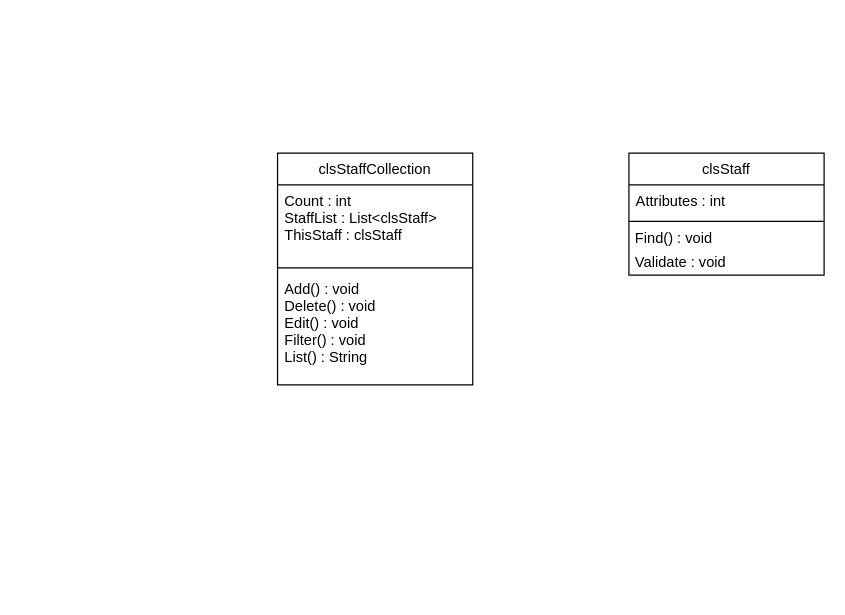
Earlier version of the draw.io diagram Untitled Diagram.drawio (dominikmch/Template4U). Source tidied: cells renumbered, new cells numbered last; positions are measured from the earlier drawing's top-left corner, leaving out a move shared by most shapes. Both pictures are drawn from the tidied source at 122%, with x=0, y=0 at pixel (277, 152).
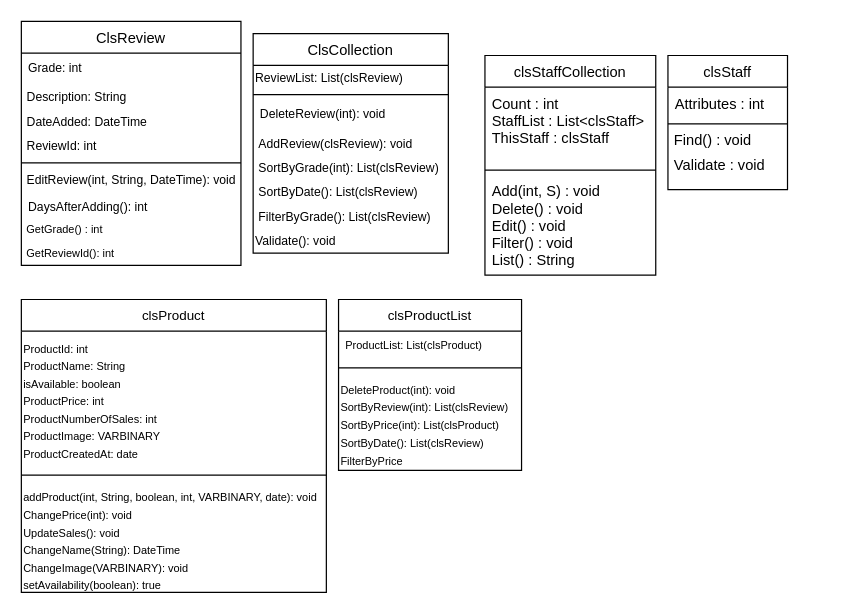
The same diagram, later.

Diff of the diagram source:
```diff
@@
     <mxCell id="2" value="clsStaffCollection" style="swimlane;fontStyle=0;align=center;verticalAlign=top;horizontal=1;startSize=26;rounded=0;shadow=0;strokeWidth=1;" parent="1" vertex="1">
-      <mxGeometry width="160" height="190" as="geometry" />
+      <mxGeometry x="170" y="-80" width="140" height="180" as="geometry" />
     </mxCell>
     <mxCell id="3" value="Count : int&#10;StaffList : List&lt;clsStaff&gt;&#10;ThisStaff : clsStaff" style="text;align=left;verticalAlign=top;spacingLeft=4;spacingRight=4;overflow=hidden;points=[[0,0.5],[1,0.5]];portConstraint=eastwest;rounded=0;shadow=0;html=0;" parent="2" vertex="1">
-      <mxGeometry y="26" width="160" height="64" as="geometry" />
+      <mxGeometry y="26" width="140" height="64" as="geometry" />
     </mxCell>
     <mxCell id="4" style="line;html=1;strokeWidth=1;align=left;verticalAlign=middle;spacingTop=-1;spacingLeft=3;spacingRight=3;labelPosition=right;" parent="2" vertex="1">
-      <mxGeometry y="90" width="160" height="8" as="geometry" />
+      <mxGeometry y="90" width="140" height="8" as="geometry" />
     </mxCell>
-    <mxCell id="5" value="Add() : void&#10;Delete() : void&#10;Edit() : void&#10;Filter() : void&#10;List() : String" style="text;align=left;verticalAlign=top;spacingLeft=4;spacingRight=4;overflow=hidden;points=[[0,0.5],[1,0.5]];portConstraint=eastwest;" parent="2" vertex="1">
-      <mxGeometry y="98" width="160" height="82" as="geometry" />
+    <mxCell id="5" value="Add(int, S) : void&#10;Delete() : void&#10;Edit() : void&#10;Filter() : void&#10;List() : String" style="text;align=left;verticalAlign=top;spacingLeft=4;spacingRight=4;overflow=hidden;points=[[0,0.5],[1,0.5]];portConstraint=eastwest;" parent="2" vertex="1">
+      <mxGeometry y="98" width="140" height="82" as="geometry" />
     </mxCell>
+    <mxCell id="11" style="edgeStyle=orthogonalEdgeStyle;rounded=0;orthogonalLoop=1;jettySize=auto;html=1;exitX=1;exitY=0.5;exitDx=0;exitDy=0;" parent="2" edge="1" source="3" target="3">
+      <mxGeometry relative="1" as="geometry" />
+    </mxCell>
+    <mxCell id="12" style="edgeStyle=orthogonalEdgeStyle;rounded=0;orthogonalLoop=1;jettySize=auto;html=1;exitX=1;exitY=0.5;exitDx=0;exitDy=0;" parent="2" edge="1" source="5" target="5">
+      <mxGeometry relative="1" as="geometry" />
+    </mxCell>
     <mxCell id="6" value="clsStaff" style="swimlane;fontStyle=0;align=center;verticalAlign=top;horizontal=1;startSize=26;rounded=0;shadow=0;strokeWidth=1;" parent="1" vertex="1">
-      <mxGeometry x="288" width="160" height="100" as="geometry" />
+      <mxGeometry x="320" y="-80" width="98" height="110" as="geometry" />
     </mxCell>
     <mxCell id="7" value="Attributes : int" style="text;align=left;verticalAlign=top;spacingLeft=4;spacingRight=4;overflow=hidden;rounded=0;shadow=0;html=0;" parent="6" vertex="1">
-      <mxGeometry y="26" width="160" height="26" as="geometry" />
+      <mxGeometry y="26" width="98" height="26" as="geometry" />
     </mxCell>
     <mxCell id="8" style="line;html=1;strokeWidth=1;align=left;verticalAlign=middle;spacingTop=-1;spacingLeft=3;spacingRight=3;labelPosition=right;" parent="6" vertex="1">
-      <mxGeometry y="52" width="160" height="8" as="geometry" />
+      <mxGeometry y="52" width="98" height="8" as="geometry" />
     </mxCell>
     <mxCell id="9" value="&amp;nbsp;Find() : void" style="text;html=1;strokeColor=none;fillColor=none;align=left;verticalAlign=middle;whiteSpace=wrap;rounded=0;" parent="6" vertex="1">
-      <mxGeometry y="60" width="160" height="20" as="geometry" />
+      <mxGeometry y="60" width="98" height="20" as="geometry" />
     </mxCell>
     <mxCell id="10" value="&amp;nbsp;Validate : void" style="text;html=1;strokeColor=none;fillColor=none;align=left;verticalAlign=middle;whiteSpace=wrap;rounded=0;" parent="6" vertex="1">
-      <mxGeometry y="80" width="160" height="20" as="geometry" />
+      <mxGeometry y="80" width="98" height="20" as="geometry" />
     </mxCell>
+    <mxCell id="13" value="ClsReview" style="swimlane;fontStyle=0;align=center;verticalAlign=top;horizontal=1;startSize=26;" parent="1" vertex="1">
+      <mxGeometry x="-210" y="-108" width="180" height="200" as="geometry" />
+    </mxCell>
+    <mxCell id="14" value="Grade: int&#10;" style="text;strokeColor=none;fillColor=none;align=left;verticalAlign=top;spacingLeft=4;spacingRight=4;overflow=hidden;fontSize=10;" parent="13" vertex="1">
+      <mxGeometry y="26" width="180" height="26" as="geometry" />
+    </mxCell>
+    <mxCell id="15" value="&amp;nbsp;Description: String" style="text;html=1;strokeColor=none;fillColor=none;align=left;verticalAlign=middle;whiteSpace=wrap;rounded=0;fontSize=10;" parent="13" vertex="1">
+      <mxGeometry y="52" width="180" height="20" as="geometry" />
+    </mxCell>
+    <mxCell id="16" value="&amp;nbsp;DateAdded: DateTime" style="text;html=1;strokeColor=none;fillColor=none;align=left;verticalAlign=middle;whiteSpace=wrap;rounded=0;fontSize=10;" parent="13" vertex="1">
+      <mxGeometry y="72" width="180" height="20" as="geometry" />
+    </mxCell>
+    <mxCell id="17" value="&amp;nbsp;ReviewId: int" style="text;html=1;strokeColor=none;fillColor=none;align=left;verticalAlign=middle;whiteSpace=wrap;rounded=0;fontSize=10;" parent="13" vertex="1">
+      <mxGeometry y="92" width="180" height="20" as="geometry" />
+    </mxCell>
+    <mxCell id="18" style="line;strokeWidth=1;fillColor=none;align=left;verticalAlign=middle;spacingTop=-1;spacingLeft=3;spacingRight=3;labelPosition=right;" parent="13" vertex="1">
+      <mxGeometry y="112" width="180" height="8" as="geometry" />
+    </mxCell>
+    <mxCell id="19" value="&lt;font style=&quot;font-size: 10px&quot;&gt;&amp;nbsp;EditReview(int, String, DateTime): void&lt;/font&gt;" style="text;html=1;strokeColor=none;fillColor=none;align=left;verticalAlign=middle;whiteSpace=wrap;rounded=0;" parent="13" vertex="1">
+      <mxGeometry y="120" width="180" height="20" as="geometry" />
+    </mxCell>
+    <mxCell id="20" value="DaysAfterAdding(): int" style="text;strokeColor=none;fillColor=none;align=left;verticalAlign=top;spacingLeft=4;spacingRight=4;overflow=hidden;fontSize=10;" parent="13" vertex="1">
+      <mxGeometry y="140" width="180" height="20" as="geometry" />
+    </mxCell>
+    <mxCell id="21" value="&lt;font style=&quot;font-size: 9px&quot;&gt;&amp;nbsp;GetGrade() : int&lt;/font&gt;" style="text;html=1;strokeColor=none;fillColor=none;align=left;verticalAlign=middle;whiteSpace=wrap;rounded=0;fontSize=12;" parent="13" vertex="1">
+      <mxGeometry y="160" width="180" height="20" as="geometry" />
+    </mxCell>
+    <mxCell id="22" value="&lt;font style=&quot;font-size: 9px&quot;&gt;&amp;nbsp;GetReviewId(): int&lt;/font&gt;" style="text;html=1;strokeColor=none;fillColor=none;align=left;verticalAlign=middle;whiteSpace=wrap;rounded=0;fontSize=12;" parent="13" vertex="1">
+      <mxGeometry y="180" width="180" height="20" as="geometry" />
+    </mxCell>
+    <mxCell id="23" value="ClsCollection" style="swimlane;fontStyle=0;align=center;verticalAlign=top;horizontal=1;startSize=26;fontSize=12;" parent="1" vertex="1">
+      <mxGeometry x="-20" y="-98" width="160" height="180" as="geometry" />
+    </mxCell>
+    <mxCell id="24" value="&lt;span style=&quot;white-space: nowrap; font-size: 10px;&quot;&gt;ReviewList: List(clsReview)&lt;/span&gt;" style="text;html=1;strokeColor=none;fillColor=none;align=left;verticalAlign=middle;whiteSpace=wrap;rounded=0;fontSize=10;" parent="23" vertex="1">
+      <mxGeometry y="26" width="160" height="20" as="geometry" />
+    </mxCell>
+    <mxCell id="25" style="line;strokeWidth=1;fillColor=none;align=left;verticalAlign=middle;spacingTop=-1;spacingLeft=3;spacingRight=3;labelPosition=right;" parent="23" vertex="1">
+      <mxGeometry y="46" width="160" height="8" as="geometry" />
+    </mxCell>
+    <mxCell id="26" value="DeleteReview(int): void" style="text;strokeColor=none;fillColor=none;align=left;verticalAlign=top;spacingLeft=4;spacingRight=4;overflow=hidden;fontSize=10;" parent="23" vertex="1">
+      <mxGeometry y="54" width="160" height="26" as="geometry" />
+    </mxCell>
+    <mxCell id="27" value="&amp;nbsp;AddReview(clsReview): void" style="text;html=1;strokeColor=none;fillColor=none;align=left;verticalAlign=middle;whiteSpace=wrap;rounded=0;fontSize=10;" parent="23" vertex="1">
+      <mxGeometry y="80" width="160" height="20" as="geometry" />
+    </mxCell>
+    <mxCell id="28" value="&amp;nbsp;SortByGrade(int): List(clsReview)" style="text;html=1;strokeColor=none;fillColor=none;align=left;verticalAlign=middle;whiteSpace=wrap;rounded=0;fontSize=10;" parent="23" vertex="1">
+      <mxGeometry y="100" width="160" height="20" as="geometry" />
+    </mxCell>
+    <mxCell id="29" value="&amp;nbsp;SortByDate(): List(clsReview)" style="text;html=1;strokeColor=none;fillColor=none;align=left;verticalAlign=middle;whiteSpace=wrap;rounded=0;fontSize=10;" parent="23" vertex="1">
+      <mxGeometry y="120" width="160" height="20" as="geometry" />
+    </mxCell>
+    <mxCell id="30" value="&amp;nbsp;FilterByGrade(): List(clsReview)" style="text;html=1;strokeColor=none;fillColor=none;align=left;verticalAlign=middle;whiteSpace=wrap;rounded=0;fontSize=10;" parent="23" vertex="1">
+      <mxGeometry y="140" width="160" height="20" as="geometry" />
+    </mxCell>
+    <mxCell id="31" value="&lt;font size=&quot;1&quot;&gt;Validate(): void&lt;/font&gt;" style="text;html=1;strokeColor=none;fillColor=none;align=left;verticalAlign=middle;whiteSpace=wrap;rounded=0;fontSize=12;" parent="23" vertex="1">
+      <mxGeometry y="160" width="160" height="20" as="geometry" />
+    </mxCell>
+    <mxCell id="32" value="clsProduct" style="swimlane;fontStyle=0;align=center;verticalAlign=top;horizontal=1;startSize=26;rounded=0;shadow=0;strokeWidth=1;fontSize=11;" parent="1" vertex="1">
+      <mxGeometry x="-210" y="120" width="250" height="240" as="geometry" />
+    </mxCell>
+    <mxCell id="33" value="&lt;font style=&quot;font-size: 9px&quot;&gt;ProductId: int&lt;br&gt;ProductName: String&lt;br&gt;isAvailable: boolean&lt;br&gt;ProductPrice: int&lt;br&gt;ProductNumberOfSales: int&lt;br&gt;ProductImage: VARBINARY&lt;br&gt;ProductCreatedAt: date&lt;br&gt;&lt;br&gt;&lt;/font&gt;" style="text;html=1;" parent="32" vertex="1">
+      <mxGeometry y="26" width="250" height="114" as="geometry" />
+    </mxCell>
+    <mxCell id="34" style="line;html=1;strokeWidth=1;align=left;verticalAlign=middle;spacingTop=-1;spacingLeft=3;spacingRight=3;labelPosition=right;" parent="32" vertex="1">
+      <mxGeometry y="140" width="250" height="8" as="geometry" />
+    </mxCell>
+    <mxCell id="35" value="&lt;font style=&quot;font-size: 9px&quot;&gt;addProduct(int, String, boolean, int, VARBINARY, date): void&lt;br&gt;ChangePrice(int): void&lt;br&gt;UpdateSales(): void&lt;br&gt;ChangeName(String): DateTime&lt;br&gt;ChangeImage(VARBINARY): void&lt;br&gt;setAvailability(boolean): true&lt;/font&gt;" style="text;html=1;" parent="32" vertex="1">
+      <mxGeometry y="148" width="250" height="92" as="geometry" />
+    </mxCell>
+    <mxCell id="36" value="clsProductList" style="swimlane;fontStyle=0;align=center;verticalAlign=top;horizontal=1;startSize=26;rounded=0;shadow=0;strokeWidth=1;fontSize=11;" parent="1" vertex="1">
+      <mxGeometry x="50" y="120" width="150" height="140" as="geometry" />
+    </mxCell>
+    <mxCell id="37" value="ProductList: List(clsProduct)" style="text;align=left;verticalAlign=top;spacingLeft=4;spacingRight=4;overflow=hidden;fontSize=9;" parent="36" vertex="1">
+      <mxGeometry y="26" width="150" height="26" as="geometry" />
+    </mxCell>
+    <mxCell id="38" style="line;html=1;strokeWidth=1;align=left;verticalAlign=middle;spacingTop=-1;spacingLeft=3;spacingRight=3;labelPosition=right;" parent="36" vertex="1">
+      <mxGeometry y="52" width="150" height="8" as="geometry" />
+    </mxCell>
+    <mxCell id="39" value="&lt;font style=&quot;font-size: 9px&quot;&gt;DeleteProduct(int): void&lt;br&gt;SortByReview(int): List(clsReview)&lt;br&gt;SortByPrice(int): List(clsProduct)&lt;br&gt;SortByDate(): List(clsReview)&lt;br&gt;FilterByPrice&lt;/font&gt;" style="text;html=1;" parent="36" vertex="1">
+      <mxGeometry y="60" width="150" height="80" as="geometry" />
+    </mxCell>
```
